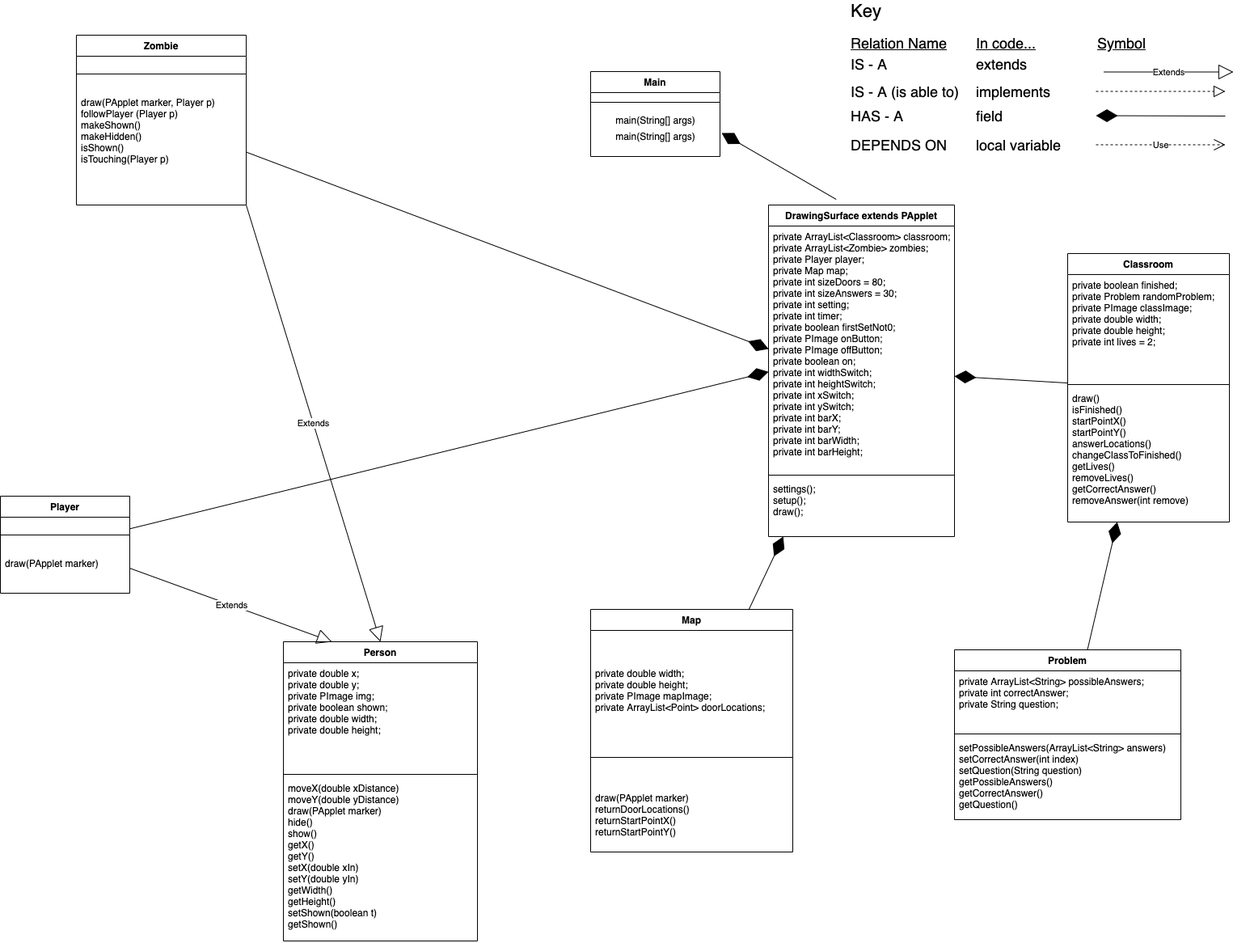
HHSAPCompSci2020/capstone-project-duckbill-platypuses keeps this draw.io diagram as doc/UML.png. Above is the earlier version. Source tidied: cells renumbered, new cells last; positions are measured from the earlier drawing's top-left corner, leaving out a move shared by most shapes.
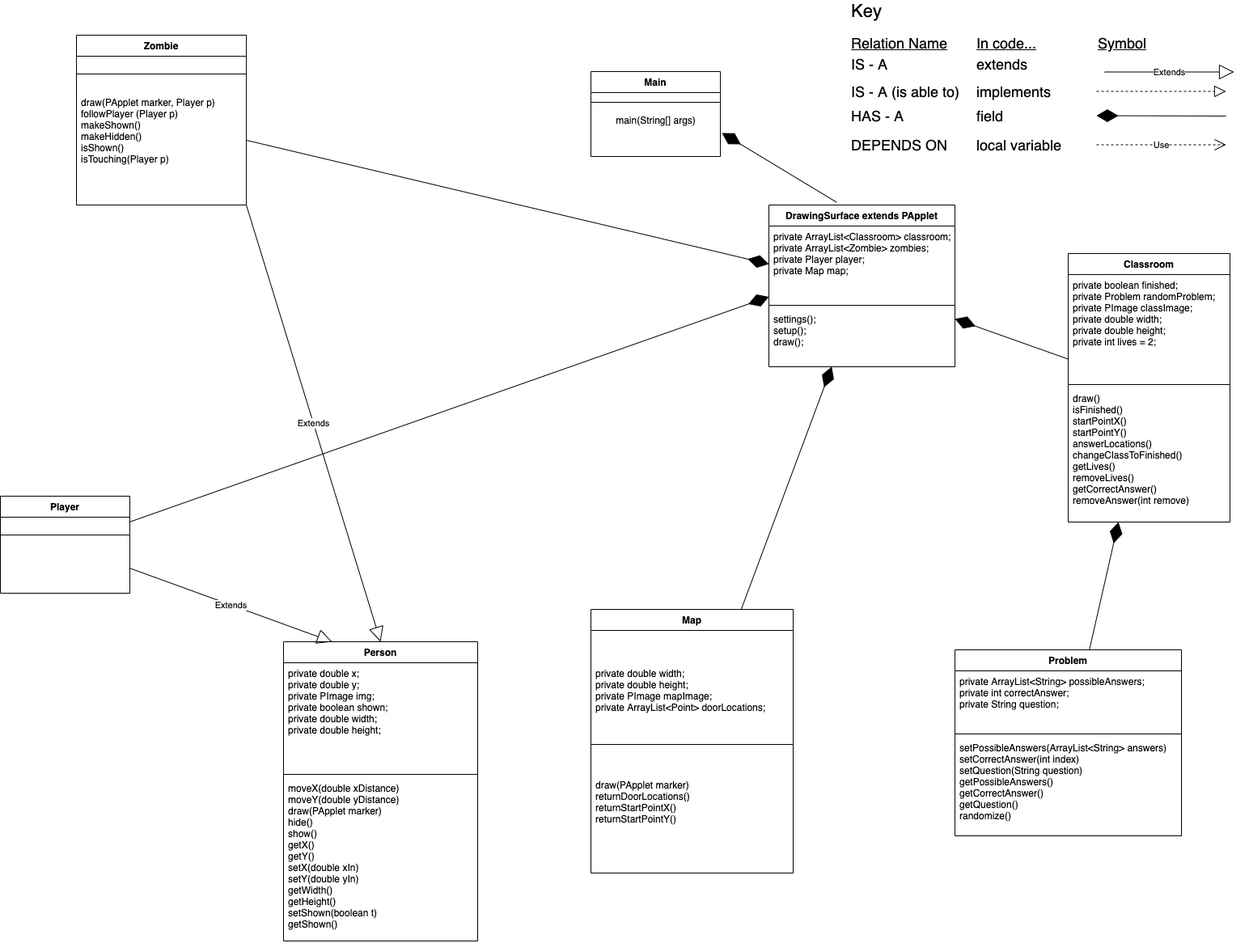
The same file after the commit.

What changed in the source:
```diff
@@ -69,7 +69,7 @@
       <mxGeometry y="168" width="240" height="202" as="geometry" />
     </mxCell>
     <mxCell id="21" value="Map" style="swimlane;fontStyle=1;align=center;verticalAlign=top;horizontal=1;startSize=26;rounded=0;shadow=0;strokeWidth=1;" parent="1" vertex="1">
-      <mxGeometry x="730" y="750" width="250" height="300" as="geometry" />
+      <mxGeometry x="730" y="750" width="250" height="326" as="geometry" />
     </mxCell>
     <mxCell id="22" value="&lt;p class=&quot;p1&quot; style=&quot;margin: 0px ; font-stretch: normal ; line-height: normal ; color: rgb(204 , 108 , 29)&quot;&gt;&lt;br&gt;&lt;/p&gt;" style="text;html=1;align=center;verticalAlign=middle;strokeColor=none;" parent="21" vertex="1">
       <mxGeometry y="26" width="250" height="20" as="geometry" />
@@ -78,13 +78,13 @@
       <mxGeometry y="46" width="250" height="20" as="geometry" />
     </mxCell>
     <mxCell id="24" value="private double width;&#10;&#9;private double height;&#10;&#9;private PImage mapImage;&#10;&#9;private ArrayList&lt;Point&gt; doorLocations; &#10;&#9;" style="text;align=left;verticalAlign=top;spacingLeft=4;spacingRight=4;overflow=hidden;fontStyle=0;" parent="21" vertex="1">
-      <mxGeometry y="66" width="250" height="80" as="geometry" />
+      <mxGeometry y="66" width="250" height="64" as="geometry" />
     </mxCell>
     <mxCell id="25" style="line;html=1;strokeWidth=1;align=left;verticalAlign=middle;spacingTop=-1;spacingLeft=3;spacingRight=3;labelPosition=right;" parent="21" vertex="1">
-      <mxGeometry y="146" width="250" height="74" as="geometry" />
+      <mxGeometry y="130" width="250" height="74" as="geometry" />
     </mxCell>
     <mxCell id="26" value="draw(PApplet marker)&#10;returnDoorLocations()&#10;returnStartPointX()&#10;returnStartPointY()" style="text;align=left;verticalAlign=top;spacingLeft=4;spacingRight=4;overflow=hidden;fontStyle=0;" parent="21" vertex="1">
-      <mxGeometry y="220" width="250" height="80" as="geometry" />
+      <mxGeometry y="204" width="250" height="80" as="geometry" />
     </mxCell>
     <mxCell id="27" value="Main" style="swimlane;fontStyle=1;align=center;verticalAlign=top;horizontal=1;startSize=26;rounded=0;shadow=0;strokeWidth=1;" parent="1" vertex="1">
       <mxGeometry x="730" y="85" width="160" height="105" as="geometry" />
@@ -95,7 +95,7 @@
     <mxCell id="29" value="&lt;p class=&quot;p1&quot; style=&quot;margin: 0px ; font-stretch: normal ; line-height: normal&quot;&gt;&lt;span style=&quot;text-align: left&quot;&gt;main(String[] args)&lt;/span&gt;&lt;br&gt;&lt;/p&gt;" style="text;html=1;align=center;verticalAlign=middle;strokeColor=none;" parent="27" vertex="1">
       <mxGeometry y="50" width="160" height="20" as="geometry" />
     </mxCell>
-    <mxCell id="30" value="&lt;p class=&quot;p1&quot; style=&quot;margin: 0px ; font-stretch: normal ; line-height: normal&quot;&gt;&lt;span style=&quot;text-align: left&quot;&gt;main(String[] args)&lt;/span&gt;&lt;br&gt;&lt;/p&gt;" style="text;html=1;align=center;verticalAlign=middle;strokeColor=none;" parent="27" vertex="1">
+    <mxCell id="30" value="&lt;p class=&quot;p1&quot; style=&quot;margin: 0px ; font-stretch: normal ; line-height: normal&quot;&gt;&lt;br&gt;&lt;/p&gt;" style="text;html=1;align=center;verticalAlign=middle;strokeColor=none;" parent="27" vertex="1">
       <mxGeometry y="70" width="160" height="20" as="geometry" />
     </mxCell>
     <mxCell id="31" value="Classroom" style="swimlane;fontStyle=1;align=center;verticalAlign=top;horizontal=1;startSize=26;rounded=0;shadow=0;strokeWidth=1;" parent="1" vertex="1">
@@ -116,20 +116,17 @@
     <mxCell id="36" style="line;html=1;strokeWidth=1;align=left;verticalAlign=middle;spacingTop=-1;spacingLeft=3;spacingRight=3;labelPosition=right;" parent="35" vertex="1">
       <mxGeometry y="26" width="160" height="44" as="geometry" />
     </mxCell>
-    <mxCell id="37" value="draw(PApplet marker)" style="text;align=left;verticalAlign=top;spacingLeft=4;spacingRight=4;overflow=hidden;" parent="35" vertex="1">
-      <mxGeometry y="70" width="160" height="26" as="geometry" />
-    </mxCell>
     <mxCell id="38" value="DrawingSurface extends PApplet&#10;" style="swimlane;fontStyle=1;align=center;verticalAlign=top;horizontal=1;startSize=26;" parent="1" vertex="1">
-      <mxGeometry x="950" y="250" width="230" height="410" as="geometry" />
+      <mxGeometry x="950" y="250" width="230" height="200" as="geometry" />
     </mxCell>
-    <mxCell id="39" value="&#9;private ArrayList&lt;Classroom&gt; classroom;&#10;&#9;private ArrayList&lt;Zombie&gt; zombies;&#10;&#9;private Player player;&#10;&#9;private Map map;&#10;&#9;private int sizeDoors = 80;&#10;&#9;private int sizeAnswers = 30;&#10;&#9;private int setting;&#10;&#9;private int timer;&#10;&#9;private boolean firstSetNot0;&#10;&#9;private PImage onButton;&#10;&#9;private PImage offButton;&#10;&#9;private boolean on; &#10;&#9;private int widthSwitch; &#10;&#9;private int heightSwitch;&#10;&#9;private int xSwitch;&#10;&#9;private int ySwitch; &#10;&#9;private int barX; &#10;&#9;private int barY;&#10;&#9;private int barWidth; &#10;&#9;private int barHeight; " style="text;strokeColor=none;fillColor=none;align=left;verticalAlign=top;spacingLeft=4;spacingRight=4;overflow=hidden;points=[[0,0.5],[1,0.5]];portConstraint=eastwest;" parent="38" vertex="1">
-      <mxGeometry y="26" width="230" height="304" as="geometry" />
+    <mxCell id="39" value="&#9;private ArrayList&lt;Classroom&gt; classroom;&#10;&#9;private ArrayList&lt;Zombie&gt; zombies;&#10;&#9;private Player player;&#10;&#9;private Map map;&#10;" style="text;strokeColor=none;fillColor=none;align=left;verticalAlign=top;spacingLeft=4;spacingRight=4;overflow=hidden;points=[[0,0.5],[1,0.5]];portConstraint=eastwest;" parent="38" vertex="1">
+      <mxGeometry y="26" width="230" height="94" as="geometry" />
     </mxCell>
     <mxCell id="40" style="line;strokeWidth=1;fillColor=none;align=left;verticalAlign=middle;spacingTop=-1;spacingLeft=3;spacingRight=3;labelPosition=right;" parent="38" vertex="1">
-      <mxGeometry y="330" width="230" height="8" as="geometry" />
+      <mxGeometry y="120" width="230" height="8" as="geometry" />
     </mxCell>
     <mxCell id="41" value="settings();&#10;setup();&#10;draw();" style="text;strokeColor=none;fillColor=none;align=left;verticalAlign=top;spacingLeft=4;spacingRight=4;overflow=hidden;" parent="38" vertex="1">
-      <mxGeometry y="338" width="230" height="72" as="geometry" />
+      <mxGeometry y="128" width="230" height="72" as="geometry" />
     </mxCell>
     <mxCell id="42" value="Zombie" style="swimlane;fontStyle=1;align=center;verticalAlign=top;horizontal=1;startSize=26;rounded=0;shadow=0;strokeWidth=1;" parent="1" vertex="1">
       <mxGeometry x="94" y="40" width="210" height="210" as="geometry" />
@@ -170,7 +167,7 @@
       <mxGeometry relative="1" as="geometry" />
     </mxCell>
     <mxCell id="53" value="Problem" style="swimlane;fontStyle=1;align=center;verticalAlign=top;horizontal=1;startSize=26;" parent="1" vertex="1">
-      <mxGeometry x="1180" y="800" width="280" height="210" as="geometry" />
+      <mxGeometry x="1180" y="800" width="280" height="230" as="geometry" />
     </mxCell>
     <mxCell id="54" value="private ArrayList&lt;String&gt; possibleAnswers;&#10;&#9;private int correctAnswer;&#10;&#9;private String question;" style="text;strokeColor=none;fillColor=none;align=left;verticalAlign=top;spacingLeft=4;spacingRight=4;overflow=hidden;" parent="53" vertex="1">
       <mxGeometry y="26" width="280" height="74" as="geometry" />
@@ -178,8 +175,8 @@
     <mxCell id="55" style="line;strokeWidth=1;fillColor=none;align=left;verticalAlign=middle;spacingTop=-1;spacingLeft=3;spacingRight=3;labelPosition=right;" parent="53" vertex="1">
       <mxGeometry y="100" width="280" height="8" as="geometry" />
     </mxCell>
-    <mxCell id="56" value="setPossibleAnswers(ArrayList&lt;String&gt; answers)&#10;setCorrectAnswer(int index)&#10;setQuestion(String question)&#10;getPossibleAnswers()&#10;getCorrectAnswer()&#10;getQuestion()&#10;&#10;&#10;" style="text;strokeColor=none;fillColor=none;align=left;verticalAlign=top;spacingLeft=4;spacingRight=4;overflow=hidden;" parent="53" vertex="1">
-      <mxGeometry y="108" width="280" height="102" as="geometry" />
+    <mxCell id="56" value="setPossibleAnswers(ArrayList&lt;String&gt; answers)&#10;setCorrectAnswer(int index)&#10;setQuestion(String question)&#10;getPossibleAnswers()&#10;getCorrectAnswer()&#10;getQuestion()&#10;randomize()&#10;&#10;&#10;&#10;" style="text;strokeColor=none;fillColor=none;align=left;verticalAlign=top;spacingLeft=4;spacingRight=4;overflow=hidden;" parent="53" vertex="1">
+      <mxGeometry y="108" width="280" height="122" as="geometry" />
     </mxCell>
     <mxCell id="57" style="endArrow=diamondThin;endFill=1;endSize=24;html=1;" parent="1" edge="1" source="53" target="31">
       <mxGeometry relative="1" as="geometry" />
```
